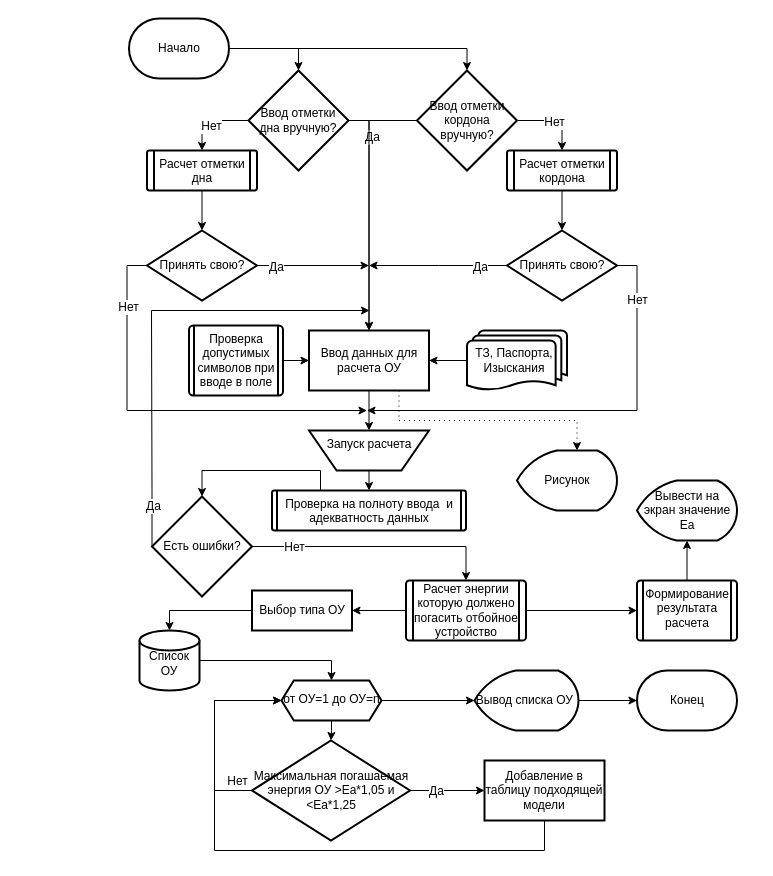
Earlier version of the draw.io diagram page "FirstStage" (4 of 5) of Algoritm нью.drawio (plasticWorld/The_Rose_Curve). Source tidied: cells renumbered, new cells numbered last; positions are measured from the earlier drawing's top-left corner, leaving out a move shared by most shapes. Both pictures are drawn from the tidied source at 100%, with x=0, y=0 at pixel (126, 18).
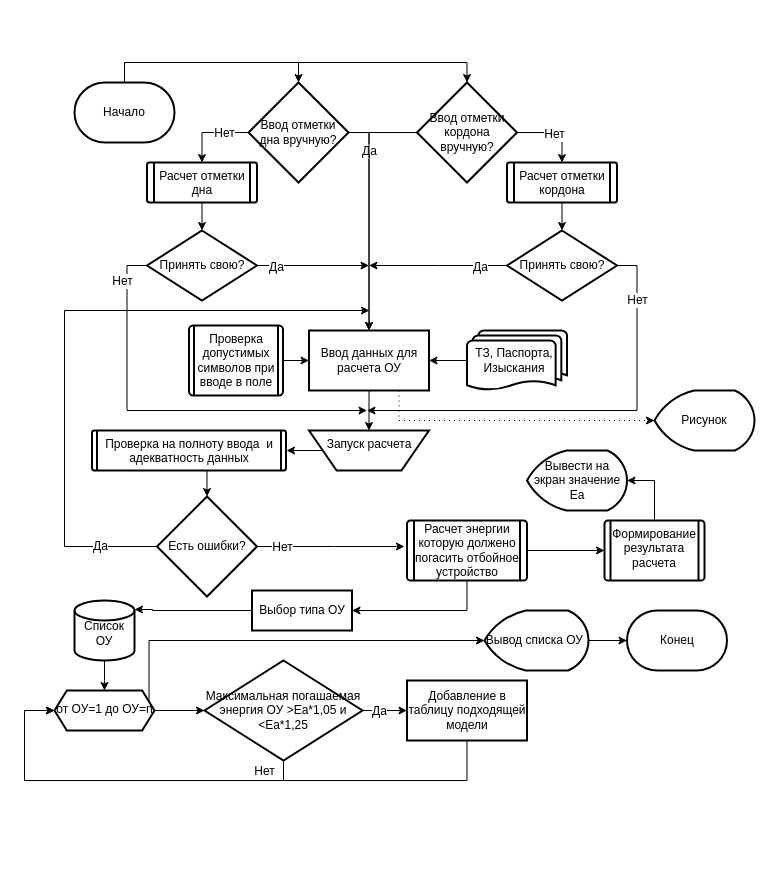
The same page after the edit.

The change refers to these unchanged cells:
```xml
<mxCell id="6" value="Ввод данных для расчета ОУ" style="rounded=0;whiteSpace=wrap;html=1;strokeWidth=2;fillColor=#FFFFFF;" parent="1" vertex="1">
  <mxGeometry x="182.5" y="312" width="120" height="60" as="geometry" />
</mxCell>
<mxCell id="7" style="edgeStyle=orthogonalEdgeStyle;rounded=0;html=1;exitX=0;exitY=0.5;exitDx=0;exitDy=0;exitPerimeter=0;entryX=0.5;entryY=0;entryDx=0;entryDy=0;jettySize=auto;" parent="1" edge="1" source="11" target="17">
  <mxGeometry relative="1" as="geometry" />
</mxCell>
<mxCell id="20" style="edgeStyle=orthogonalEdgeStyle;rounded=0;html=1;exitX=0;exitY=0.5;exitDx=0;exitDy=0;exitPerimeter=0;jettySize=auto;" parent="1" edge="1" source="22">
  <mxGeometry relative="1" as="geometry">
    <mxPoint x="240.5" y="392" as="targetPoint" />
    <Array as="points">
      <mxPoint x="0.5" y="247" />
      <mxPoint x="0.5" y="392" />
    </Array>
  </mxGeometry>
</mxCell>
<mxCell id="37" value="Запуск расчета" style="verticalLabelPosition=bottom;verticalAlign=top;html=1;strokeWidth=2;shape=trapezoid;perimeter=trapezoidPerimeter;whiteSpace=wrap;size=0.23;arcSize=10;flipV=1;fillColor=#FFFFFF;spacingTop=-40;" parent="1" vertex="1">
  <mxGeometry x="182.5" y="412" width="120" height="40" as="geometry" />
</mxCell>
<mxCell id="67" value="&lt;span&gt;Выбор&amp;nbsp;&lt;/span&gt;&lt;span&gt;типа ОУ&lt;/span&gt;" style="rounded=0;whiteSpace=wrap;html=1;strokeWidth=2;" parent="1" vertex="1">
  <mxGeometry x="125.5" y="572" width="100" height="40" as="geometry" />
</mxCell>
```

What changed in the source:
```diff
@@
-    <mxCell id="2" style="edgeStyle=orthogonalEdgeStyle;rounded=0;html=1;exitX=1;exitY=0.5;exitDx=0;exitDy=0;exitPerimeter=0;jettySize=auto;entryX=0.5;entryY=0;entryDx=0;entryDy=0;entryPerimeter=0;" parent="1" edge="1" source="52" target="11">
+    <mxCell id="2" style="edgeStyle=orthogonalEdgeStyle;rounded=0;html=1;exitX=0.5;exitY=0;exitDx=0;exitDy=0;exitPerimeter=0;jettySize=auto;entryX=0.5;entryY=0;entryDx=0;entryDy=0;entryPerimeter=0;" parent="1" edge="1" source="52" target="11">
       <mxGeometry relative="1" as="geometry" />
     </mxCell>
-    <mxCell id="3" style="edgeStyle=orthogonalEdgeStyle;rounded=0;html=1;exitX=1;exitY=0.5;exitDx=0;exitDy=0;exitPerimeter=0;entryX=0.5;entryY=0;entryDx=0;entryDy=0;entryPerimeter=0;jettySize=auto;" parent="1" edge="1" source="52" target="15">
-      <mxGeometry relative="1" as="geometry" />
+    <mxCell id="3" style="edgeStyle=orthogonalEdgeStyle;rounded=0;html=1;exitX=0.5;exitY=0;exitDx=0;exitDy=0;exitPerimeter=0;entryX=0.5;entryY=0;entryDx=0;entryDy=0;entryPerimeter=0;jettySize=auto;" parent="1" edge="1" source="52" target="15">
+      <mxGeometry relative="1" as="geometry">
+        <Array as="points">
+          <mxPoint x="-2" y="44" />
+          <mxPoint x="341" y="44" />
+        </Array>
+      </mxGeometry>
     </mxCell>
@@
     <mxCell id="8" value="Нет" style="text;html=1;align=center;verticalAlign=middle;labelBackgroundColor=#ffffff;" parent="7" vertex="1">
-      <mxGeometry x="-0.01" y="5" relative="1" as="geometry" />
+      <mxGeometry x="-0.01" y="5" relative="1" as="geometry">
+        <mxPoint x="13.7" y="-5" as="offset" />
+      </mxGeometry>
     </mxCell>
     <mxCell id="9" style="edgeStyle=orthogonalEdgeStyle;rounded=0;html=1;exitX=1;exitY=0.5;exitDx=0;exitDy=0;exitPerimeter=0;jettySize=auto;entryX=0.5;entryY=0;entryDx=0;entryDy=0;" parent="1" edge="1" source="11" target="6">
       <mxGeometry relative="1" as="geometry">
         <Array as="points">
-          <mxPoint x="242.5" y="102" />
+          <mxPoint x="243" y="114" />
         </Array>
       </mxGeometry>
     </mxCell>
     <mxCell id="10" value="Да" style="text;html=1;align=center;verticalAlign=middle;labelBackgroundColor=#ffffff;" parent="9" vertex="1">
-      <mxGeometry x="-0.68" y="3" relative="1" as="geometry" />
+      <mxGeometry x="-0.68" y="3" relative="1" as="geometry">
+        <mxPoint x="-3" y="4.2" as="offset" />
+      </mxGeometry>
     </mxCell>
     <mxCell id="11" value="Ввод отметки дна вручную?" style="strokeWidth=2;html=1;shape=mxgraph.flowchart.decision;whiteSpace=wrap;fillColor=#FFFFFF;" parent="1" vertex="1">
-      <mxGeometry x="122" y="52" width="100" height="100" as="geometry" />
+      <mxGeometry x="122" y="64" width="100" height="100" as="geometry" />
     </mxCell>
@@
     <mxCell id="15" value="Ввод отметки кордона вручную?" style="strokeWidth=2;html=1;shape=mxgraph.flowchart.decision;whiteSpace=wrap;fillColor=#FFFFFF;" parent="1" vertex="1">
-      <mxGeometry x="290.5" y="52" width="100" height="100" as="geometry" />
+      <mxGeometry x="290.5" y="64" width="100" height="100" as="geometry" />
     </mxCell>
@@
     <mxCell id="17" value="Расчет отметки дна" style="verticalLabelPosition=bottom;verticalAlign=top;html=1;strokeWidth=2;shape=process;whiteSpace=wrap;rounded=1;size=0.06;arcSize=6;fillColor=#FFFFFF;spacingTop=-40;" parent="1" vertex="1">
-      <mxGeometry x="20.5" y="132" width="110" height="40" as="geometry" />
+      <mxGeometry x="20.5" y="144" width="110" height="40" as="geometry" />
     </mxCell>
@@
     <mxCell id="21" value="Нет" style="text;html=1;align=center;verticalAlign=middle;labelBackgroundColor=#ffffff;" parent="20" vertex="1">
-      <mxGeometry x="-0.7" y="1" relative="1" as="geometry" />
+      <mxGeometry x="-0.7" y="1" relative="1" as="geometry">
+        <mxPoint x="-6.1" y="-25.1" as="offset" />
+      </mxGeometry>
     </mxCell>
@@
     <mxCell id="24" value="Расчет отметки кордона" style="verticalLabelPosition=bottom;verticalAlign=top;html=1;strokeWidth=2;shape=process;whiteSpace=wrap;rounded=1;size=0.06;arcSize=6;fillColor=#FFFFFF;spacingTop=-40;" parent="1" vertex="1">
-      <mxGeometry x="380.5" y="132" width="110" height="40" as="geometry" />
+      <mxGeometry x="380.5" y="144" width="110" height="40" as="geometry" />
     </mxCell>
@@
-    <mxCell id="34" style="edgeStyle=orthogonalEdgeStyle;rounded=0;html=1;exitX=0.25;exitY=0;exitDx=0;exitDy=0;entryX=0.5;entryY=0;entryDx=0;entryDy=0;entryPerimeter=0;jettySize=auto;" parent="1" edge="1" source="35" target="40">
+    <mxCell id="34" style="edgeStyle=orthogonalEdgeStyle;rounded=0;html=1;exitX=0.5;exitY=1;exitDx=0;exitDy=0;entryX=0.5;entryY=0;entryDx=0;entryDy=0;entryPerimeter=0;jettySize=auto;" parent="1" edge="1" source="35" target="40">
       <mxGeometry relative="1" as="geometry">
         <Array as="points">
-          <mxPoint x="194" y="452" />
-          <mxPoint x="75" y="452" />
+          <mxPoint x="81" y="452" />
         </Array>
       </mxGeometry>
     </mxCell>
     <mxCell id="35" value="Проверка на полноту ввода&amp;nbsp;&amp;nbsp;и адекватность данных" style="verticalLabelPosition=bottom;verticalAlign=top;html=1;strokeWidth=2;shape=process;whiteSpace=wrap;rounded=1;size=0.02577319587628866;arcSize=6;fillColor=#FFFFFF;spacingTop=-40;" parent="1" vertex="1">
-      <mxGeometry x="145.5" y="472" width="194" height="40" as="geometry" />
+      <mxGeometry x="-34.5" y="412" width="194" height="40" as="geometry" />
     </mxCell>
-    <mxCell id="36" style="edgeStyle=orthogonalEdgeStyle;rounded=0;html=1;exitX=0.5;exitY=1;exitDx=0;exitDy=0;entryX=0.5;entryY=0;entryDx=0;entryDy=0;jettySize=auto;" parent="1" edge="1" source="37" target="35">
-      <mxGeometry relative="1" as="geometry" />
+    <mxCell id="36" style="edgeStyle=orthogonalEdgeStyle;rounded=0;html=1;exitX=0;exitY=0.5;exitDx=0;exitDy=0;jettySize=auto;" parent="1" edge="1" source="37">
+      <mxGeometry relative="1" as="geometry">
+        <mxPoint x="160" y="432" as="targetPoint" />
+      </mxGeometry>
     </mxCell>
@@
     <mxCell id="38" style="edgeStyle=orthogonalEdgeStyle;rounded=0;html=1;exitX=0;exitY=0.5;exitDx=0;exitDy=0;exitPerimeter=0;jettySize=auto;" parent="1" edge="1" source="40">
       <mxGeometry relative="1" as="geometry">
         <mxPoint x="243" y="292" as="targetPoint" />
         <Array as="points">
-          <mxPoint x="25" y="472" />
-          <mxPoint x="25" y="292" />
+          <mxPoint x="-62" y="528" />
+          <mxPoint x="-62" y="292" />
         </Array>
       </mxGeometry>
     </mxCell>
@@
     <mxCell id="40" value="Есть ошибки?" style="strokeWidth=2;html=1;shape=mxgraph.flowchart.decision;whiteSpace=wrap;fillColor=#FFFFFF;" parent="1" vertex="1">
-      <mxGeometry x="25.5" y="478" width="100" height="100" as="geometry" />
+      <mxGeometry x="30.5" y="478" width="100" height="100" as="geometry" />
     </mxCell>
     <mxCell id="41" value="Рисунок" style="strokeWidth=2;html=1;shape=mxgraph.flowchart.display;whiteSpace=wrap;fillColor=#FFFFFF;" parent="1" vertex="1">
-      <mxGeometry x="390.5" y="432" width="100" height="60" as="geometry" />
+      <mxGeometry x="528" y="372" width="100" height="60" as="geometry" />
     </mxCell>
-    <mxCell id="42" style="edgeStyle=orthogonalEdgeStyle;rounded=0;html=1;exitX=0;exitY=0.5;exitDx=0;exitDy=0;exitPerimeter=0;jettySize=auto;entryX=0;entryY=0.5;entryDx=0;entryDy=0;" parent="1" edge="1" source="46" target="57">
+    <mxCell id="42" style="edgeStyle=orthogonalEdgeStyle;rounded=0;html=1;exitX=0.5;exitY=1;exitDx=0;exitDy=0;exitPerimeter=0;jettySize=auto;entryX=0;entryY=0.5;entryDx=0;entryDy=0;" parent="1" edge="1" source="46" target="57">
       <mxGeometry relative="1" as="geometry">
         <Array as="points">
-          <mxPoint x="88" y="772" />
-          <mxPoint x="88" y="682" />
+          <mxPoint x="157" y="762" />
+          <mxPoint x="-102" y="762" />
+          <mxPoint x="-102" y="692" />
         </Array>
       </mxGeometry>
     </mxCell>
@@
     <mxCell id="46" value="Максимальная погашаемая энергия ОУ &amp;gt;Еа*1,05 и &amp;lt;Еа*1,25" style="strokeWidth=2;html=1;shape=mxgraph.flowchart.decision;whiteSpace=wrap;fillColor=#FFFFFF;" parent="1" vertex="1">
-      <mxGeometry x="125.5" y="722" width="158" height="100" as="geometry" />
+      <mxGeometry x="78" y="642" width="158" height="100" as="geometry" />
     </mxCell>
     <mxCell id="47" value="Вывод списка ОУ&amp;nbsp;" style="strokeWidth=2;html=1;shape=mxgraph.flowchart.display;whiteSpace=wrap;fillColor=#FFFFFF;shadow=0;" parent="1" vertex="1">
-      <mxGeometry x="348" y="652" width="104" height="60" as="geometry" />
+      <mxGeometry x="358" y="592" width="104" height="60" as="geometry" />
     </mxCell>
-    <mxCell id="48" style="edgeStyle=orthogonalEdgeStyle;rounded=0;html=1;jettySize=auto;shadow=0;entryX=0.5;entryY=1;entryDx=0;entryDy=0;entryPerimeter=0;" parent="1" edge="1" source="49" target="63">
+    <mxCell id="48" style="edgeStyle=orthogonalEdgeStyle;rounded=0;html=1;jettySize=auto;shadow=0;entryX=1;entryY=0.5;entryDx=0;entryDy=0;entryPerimeter=0;" parent="1" edge="1" source="49" target="63">
       <mxGeometry relative="1" as="geometry" />
     </mxCell>
     <mxCell id="49" value="Формирование результата расчета" style="verticalLabelPosition=bottom;verticalAlign=top;html=1;strokeWidth=2;shape=process;whiteSpace=wrap;rounded=1;size=0.06;arcSize=6;fillColor=#FFFFFF;spacingTop=-60;shadow=0;" parent="1" vertex="1">
-      <mxGeometry x="510.5" y="562" width="100" height="60" as="geometry" />
+      <mxGeometry x="478" y="502" width="100" height="60" as="geometry" />
     </mxCell>
@@
     <mxCell id="51" value="Конец" style="strokeWidth=2;html=1;shape=mxgraph.flowchart.terminator;whiteSpace=wrap;fillColor=#FFFFFF;shadow=0;" parent="1" vertex="1">
-      <mxGeometry x="510.5" y="652" width="100" height="60" as="geometry" />
+      <mxGeometry x="500.5" y="592" width="100" height="60" as="geometry" />
     </mxCell>
     <mxCell id="52" value="Начало" style="strokeWidth=2;html=1;shape=mxgraph.flowchart.terminator;whiteSpace=wrap;fillColor=#FFFFFF;" parent="1" vertex="1">
-      <mxGeometry x="2.5" width="100" height="60" as="geometry" />
+      <mxGeometry x="-52" y="64" width="100" height="60" as="geometry" />
     </mxCell>
-    <mxCell id="53" style="edgeStyle=orthogonalEdgeStyle;rounded=0;html=1;shadow=0;jettySize=auto;entryX=0.5;entryY=0;entryDx=0;entryDy=0;entryPerimeter=0;exitX=0.5;exitY=1;exitDx=0;exitDy=0;" parent="1" edge="1" source="57" target="46">
+    <mxCell id="53" style="edgeStyle=orthogonalEdgeStyle;rounded=0;html=1;shadow=0;jettySize=auto;entryX=0;entryY=0.5;entryDx=0;entryDy=0;entryPerimeter=0;" parent="1" edge="1" source="57" target="46">
       <mxGeometry relative="1" as="geometry">
         <Array as="points">
-          <mxPoint x="205" y="712" />
+          <mxPoint x="68" y="692" />
+          <mxPoint x="68" y="692" />
         </Array>
       </mxGeometry>
     </mxCell>
     <mxCell id="54" style="edgeStyle=orthogonalEdgeStyle;rounded=0;html=1;shadow=0;endArrow=classic;endFill=1;endSize=6;jettySize=auto;entryX=0;entryY=0.5;entryDx=0;entryDy=0;exitX=0.5;exitY=1;exitDx=0;exitDy=0;" parent="1" edge="1" source="55" target="57">
       <mxGeometry relative="1" as="geometry">
         <Array as="points">
-          <mxPoint x="418" y="832" />
-          <mxPoint x="88" y="832" />
-          <mxPoint x="88" y="682" />
+          <mxPoint x="341" y="762" />
+          <mxPoint x="-102" y="762" />
+          <mxPoint x="-102" y="692" />
         </Array>
       </mxGeometry>
     </mxCell>
     <mxCell id="55" value="Добавление в таблицу подходящей модели" style="rounded=0;whiteSpace=wrap;html=1;strokeWidth=2;fillColor=#FFFFFF;" parent="1" vertex="1">
-      <mxGeometry x="358" y="742" width="120" height="60" as="geometry" />
+      <mxGeometry x="280.5" y="662" width="120" height="60" as="geometry" />
     </mxCell>
-    <mxCell id="56" style="edgeStyle=none;rounded=0;html=1;exitX=1;exitY=0.5;exitDx=0;exitDy=0;entryX=0;entryY=0.5;entryDx=0;entryDy=0;entryPerimeter=0;jettySize=auto;" parent="1" edge="1" source="57" target="47">
-      <mxGeometry relative="1" as="geometry" />
+    <mxCell id="56" style="edgeStyle=orthogonalEdgeStyle;rounded=0;html=1;exitX=1;exitY=0.25;exitDx=0;exitDy=0;entryX=0;entryY=0.5;entryDx=0;entryDy=0;entryPerimeter=0;jettySize=auto;" parent="1" edge="1" source="57" target="47">
+      <mxGeometry relative="1" as="geometry">
+        <Array as="points">
+          <mxPoint x="23" y="622" />
+        </Array>
+      </mxGeometry>
     </mxCell>
     <mxCell id="57" value="&lt;span&gt;от ОУ=1 до ОУ=n&lt;/span&gt;" style="verticalLabelPosition=bottom;verticalAlign=top;html=1;strokeWidth=2;shape=hexagon;perimeter=hexagonPerimeter2;arcSize=6;size=0.12333333333333257;shadow=0;fillColor=#FFFFFF;spacingTop=-35;" parent="1" vertex="1">
-      <mxGeometry x="155" y="662" width="100" height="40" as="geometry" />
+      <mxGeometry x="-72" y="672" width="100" height="40" as="geometry" />
     </mxCell>
@@
     <mxCell id="59" value="Расчет энергии которую должено погасить отбойное устройство" style="verticalLabelPosition=bottom;verticalAlign=top;html=1;strokeWidth=2;shape=process;whiteSpace=wrap;rounded=1;size=0.061666666666666856;arcSize=6;fillColor=#FFFFFF;spacingTop=-65;" parent="1" vertex="1">
-      <mxGeometry x="279.5" y="562" width="120" height="60" as="geometry" />
+      <mxGeometry x="280.5" y="502" width="120" height="60" as="geometry" />
     </mxCell>
-    <mxCell id="60" style="edgeStyle=orthogonalEdgeStyle;rounded=0;html=1;exitX=1;exitY=0.5;exitDx=0;exitDy=0;exitPerimeter=0;entryX=0.5;entryY=0;entryDx=0;entryDy=0;jettySize=auto;" parent="1" edge="1" source="40" target="59">
+    <mxCell id="60" style="edgeStyle=orthogonalEdgeStyle;rounded=0;html=1;exitX=1;exitY=0.5;exitDx=0;exitDy=0;exitPerimeter=0;jettySize=auto;" parent="1" edge="1" source="40">
       <mxGeometry relative="1" as="geometry">
+        <mxPoint x="278" y="528" as="targetPoint" />
         <Array as="points">
-          <mxPoint x="339" y="528" />
+          <mxPoint x="208" y="528" />
+          <mxPoint x="208" y="528" />
         </Array>
       </mxGeometry>
     </mxCell>
@@
-    <mxCell id="62" style="edgeStyle=orthogonalEdgeStyle;rounded=0;html=1;exitX=0;exitY=0.5;exitDx=0;exitDy=0;entryX=0.5;entryY=0;entryDx=0;entryDy=0;entryPerimeter=0;jettySize=auto;" parent="1" edge="1" source="67" target="65">
-      <mxGeometry relative="1" as="geometry" />
+    <mxCell id="62" style="edgeStyle=orthogonalEdgeStyle;rounded=0;html=1;exitX=0;exitY=0.5;exitDx=0;exitDy=0;entryX=1;entryY=0.15;entryDx=0;entryDy=0;entryPerimeter=0;jettySize=auto;" parent="1" edge="1" source="67" target="65">
+      <mxGeometry relative="1" as="geometry">
+        <Array as="points">
+          <mxPoint x="26" y="592" />
+        </Array>
+      </mxGeometry>
     </mxCell>
     <mxCell id="63" value="Вывести на экран значение Ea" style="strokeWidth=2;html=1;shape=mxgraph.flowchart.display;whiteSpace=wrap;" parent="1" vertex="1">
-      <mxGeometry x="510.5" y="462" width="100" height="60" as="geometry" />
+      <mxGeometry x="400.5" y="432" width="100" height="60" as="geometry" />
     </mxCell>
-    <mxCell id="64" style="edgeStyle=orthogonalEdgeStyle;rounded=0;html=1;exitX=1;exitY=0.5;exitDx=0;exitDy=0;exitPerimeter=0;jettySize=auto;entryX=0.5;entryY=0;entryDx=0;entryDy=0;" parent="1" edge="1" source="65" target="57">
-      <mxGeometry relative="1" as="geometry" />
+    <mxCell id="64" style="edgeStyle=orthogonalEdgeStyle;rounded=0;html=1;exitX=0.5;exitY=1;exitDx=0;exitDy=0;exitPerimeter=0;jettySize=auto;entryX=0.5;entryY=0;entryDx=0;entryDy=0;" parent="1" edge="1" source="65" target="57">
+      <mxGeometry relative="1" as="geometry">
+        <Array as="points">
+          <mxPoint x="-22" y="662" />
+          <mxPoint x="-22" y="662" />
+        </Array>
+      </mxGeometry>
     </mxCell>
     <mxCell id="65" value="&lt;font style=&quot;font-size: 12px&quot;&gt;Список ОУ&lt;/font&gt;" style="strokeWidth=2;html=1;shape=mxgraph.flowchart.database;whiteSpace=wrap;fillColor=#FFFFFF;spacingTop=5;" parent="1" vertex="1">
-      <mxGeometry x="13" y="612" width="60" height="60" as="geometry" />
+      <mxGeometry x="-52" y="582" width="60" height="60" as="geometry" />
     </mxCell>
-    <mxCell id="66" style="edgeStyle=orthogonalEdgeStyle;rounded=0;html=1;exitX=0;exitY=0.5;exitDx=0;exitDy=0;jettySize=auto;entryX=1;entryY=0.5;entryDx=0;entryDy=0;" parent="1" edge="1" source="59" target="67">
+    <mxCell id="66" style="edgeStyle=orthogonalEdgeStyle;rounded=0;html=1;exitX=0.5;exitY=1;exitDx=0;exitDy=0;jettySize=auto;entryX=1;entryY=0.5;entryDx=0;entryDy=0;" parent="1" edge="1" source="59" target="67">
       <mxGeometry relative="1" as="geometry" />
     </mxCell>
```
